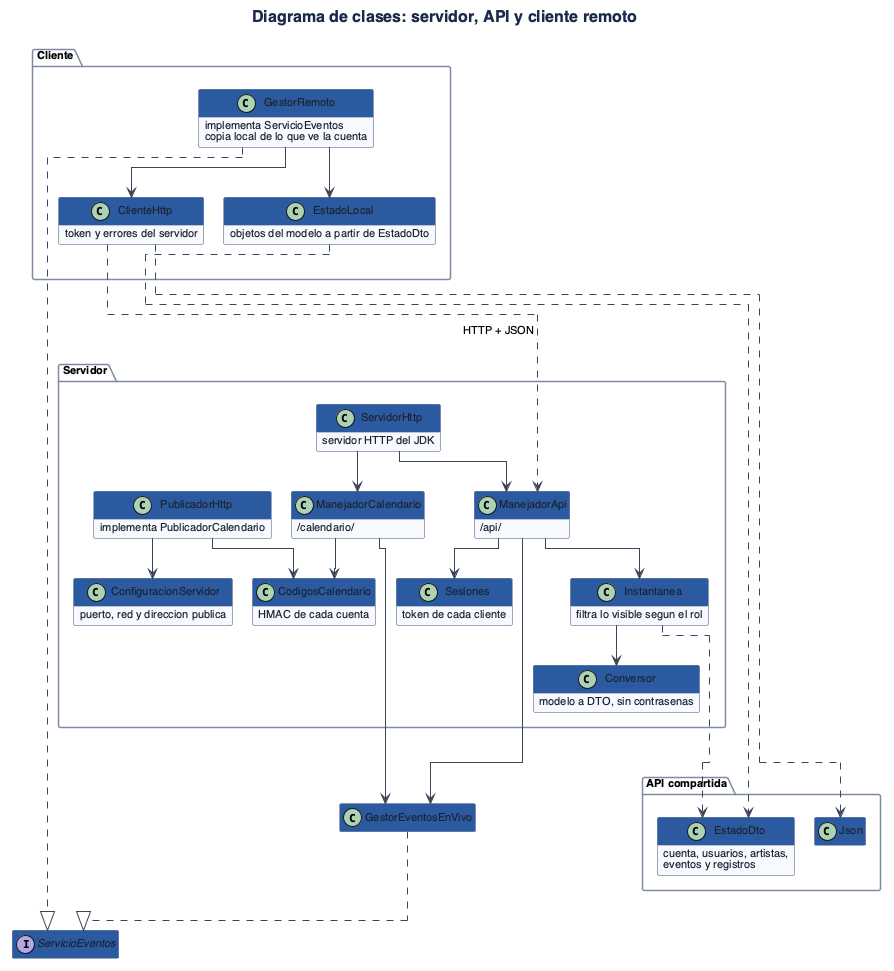
The PlantUML diagram TP/Grupo9_POO_Diagramas_Pdf/imagenes/clases-red.png in lferraro1103/Proceso-de-desarrollo-de-sosftware, before a commit. The source it was exported from:
```plantuml
@startuml
!include estilo.iuml
title Diagrama de clases: servidor, API y cliente remoto

package "Cliente" {
  class GestorRemoto {
    implementa ServicioEventos
    copia local de lo que ve la cuenta
  }
  class ClienteHttp {
    token y errores del servidor
  }
  class EstadoLocal {
    objetos del modelo a partir de EstadoDto
  }
}

package "API compartida" {
  class Json
  class EstadoDto {
    cuenta, usuarios, artistas,
    eventos y registros
  }
}

package "Servidor" {
  class ServidorHttp {
    servidor HTTP del JDK
  }
  class ManejadorApi {
    /api/
  }
  class ManejadorCalendario {
    /calendario/
  }
  class Sesiones {
    token de cada cliente
  }
  class Instantanea {
    filtra lo visible segun el rol
  }
  class Conversor {
    modelo a DTO, sin contrasenas
  }
  class PublicadorHttp {
    implementa PublicadorCalendario
  }
  class CodigosCalendario {
    HMAC de cada cuenta
  }
  class ConfiguracionServidor {
    puerto, red y direccion publica
  }
}

interface ServicioEventos
class GestorEventosEnVivo

GestorRemoto ..|> ServicioEventos
GestorEventosEnVivo ..|> ServicioEventos
GestorRemoto --> ClienteHttp
GestorRemoto --> EstadoLocal
ClienteHttp ..> Json
EstadoLocal ..> EstadoDto
ServidorHttp --> ManejadorApi
ServidorHttp --> ManejadorCalendario
ManejadorApi --> Sesiones
ManejadorApi --> Instantanea
ManejadorApi --> GestorEventosEnVivo
Instantanea --> Conversor
Instantanea ..> EstadoDto
ManejadorCalendario --> CodigosCalendario
ManejadorCalendario --> GestorEventosEnVivo
PublicadorHttp --> CodigosCalendario
PublicadorHttp --> ConfiguracionServidor
ClienteHttp ..> ManejadorApi : HTTP + JSON
@enduml
```
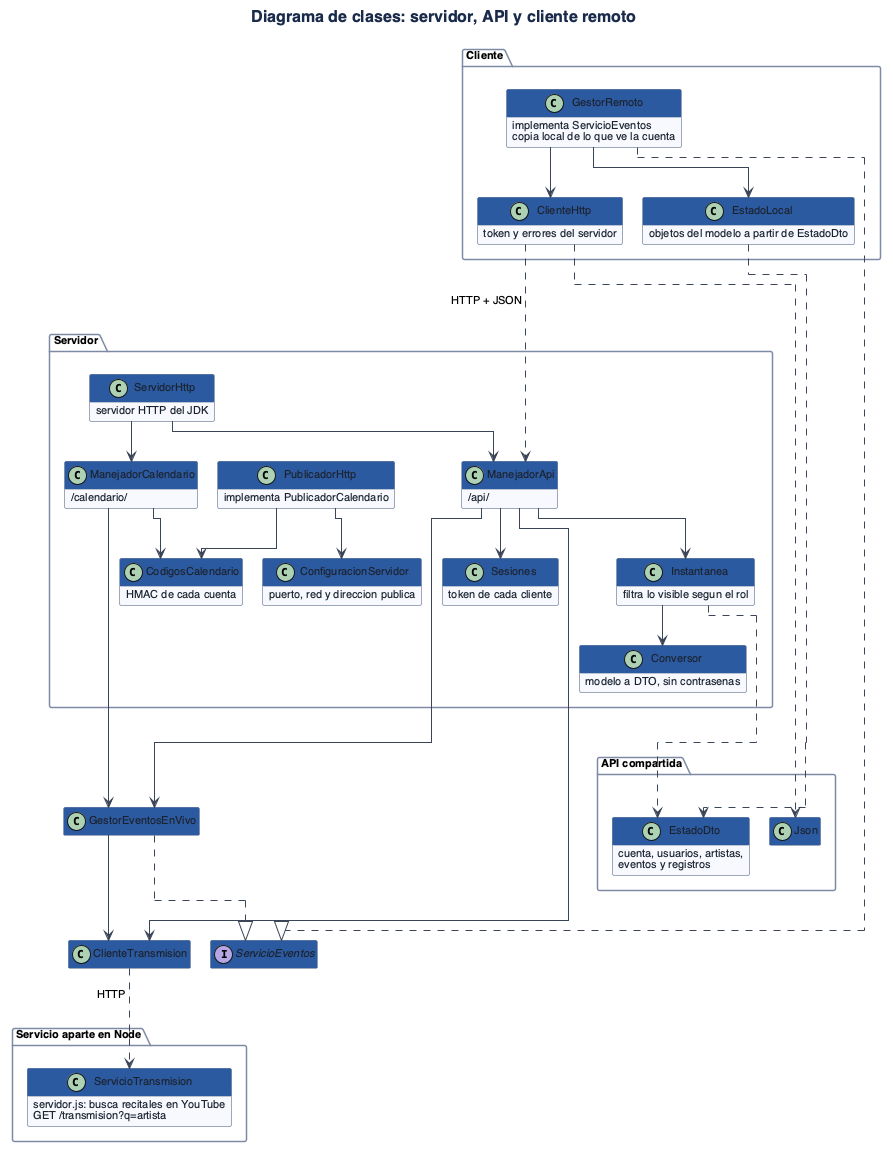
Later version of the same file.

What changed in the source:
```diff
@@ -53,8 +53,16 @@
   }
 }
 
+package "Servicio aparte en Node" {
+  class ServicioTransmision {
+    servidor.js: busca recitales en YouTube
+    GET /transmision?q=artista
+  }
+}
+
 interface ServicioEventos
 class GestorEventosEnVivo
+class ClienteTransmision
 
 GestorRemoto ..|> ServicioEventos
 GestorEventosEnVivo ..|> ServicioEventos
@@ -74,4 +82,7 @@
 PublicadorHttp --> CodigosCalendario
 PublicadorHttp --> ConfiguracionServidor
 ClienteHttp ..> ManejadorApi : HTTP + JSON
+ManejadorApi --> ClienteTransmision
+GestorEventosEnVivo --> ClienteTransmision
+ClienteTransmision ..> ServicioTransmision : HTTP
 @enduml
```
